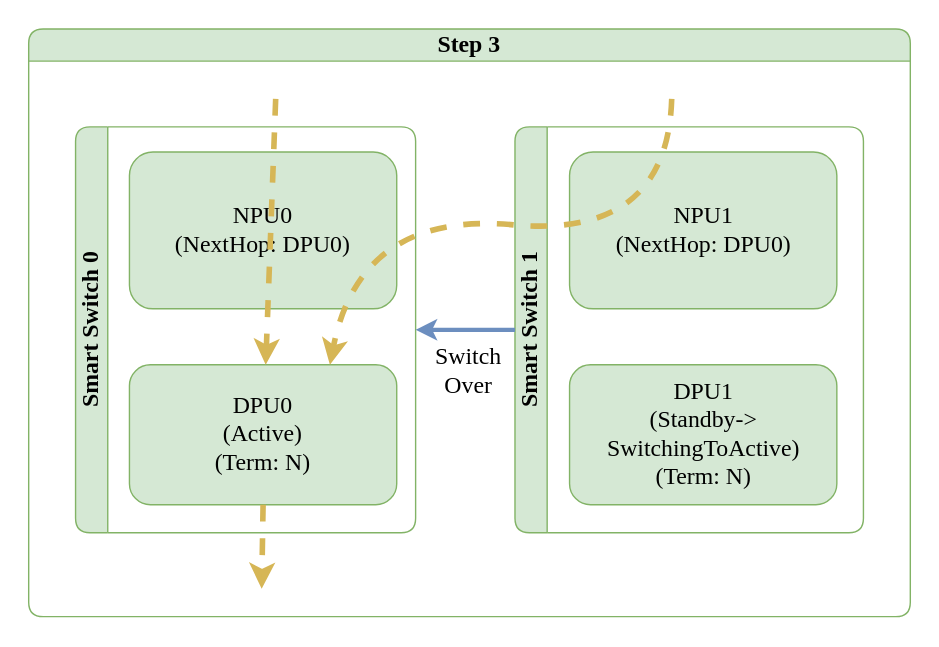
sonic-net/SONiC keeps this draw.io diagram as doc/smart-switch/high-availability/images/ha-planned-events-switchover-step-3.svg. Above is the earlier version. Source tidied: cells renumbered, new cells last; positions are measured from the earlier drawing's top-left corner, leaving out a move shared by most shapes.
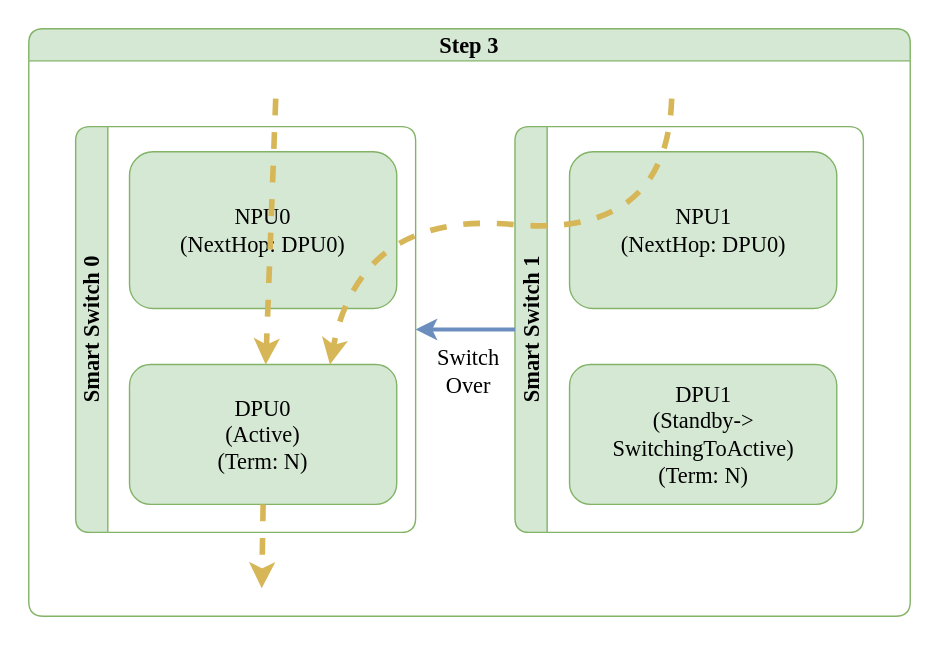
Later version of the same file.

Change to the diagram source:
```diff
@@ -2,33 +2,33 @@
   <root>
     <mxCell id="0" />
     <mxCell id="1" parent="0" />
-    <mxCell id="2" value="Step 3" style="swimlane;horizontal=1;whiteSpace=wrap;html=1;rounded=1;labelBorderColor=none;strokeColor=#82b366;fontFamily=Consolas;fontSize=17;startSize=23;fillColor=#d5e8d4;swimlaneFillColor=#FFFFFF;" parent="1" vertex="1">
+    <mxCell id="2" value="Step 3" style="swimlane;horizontal=1;whiteSpace=wrap;html=1;rounded=1;labelBorderColor=none;strokeColor=#82b366;fontFamily=Monaco;fontSize=16;startSize=23;fillColor=#d5e8d4;swimlaneFillColor=#FFFFFF;" parent="1" vertex="1">
       <mxGeometry width="630" height="420" as="geometry" />
     </mxCell>
-    <mxCell id="3" value="Smart Switch 0" style="swimlane;horizontal=0;whiteSpace=wrap;html=1;rounded=1;labelBorderColor=none;strokeColor=#82b366;fontFamily=Consolas;fontSize=17;startSize=23;fillColor=#d5e8d4;swimlaneFillColor=#FFFFFF;" parent="2" vertex="1">
+    <mxCell id="3" value="Smart Switch 0" style="swimlane;horizontal=0;whiteSpace=wrap;html=1;rounded=1;labelBorderColor=none;strokeColor=#82b366;fontFamily=Monaco;fontSize=16;startSize=23;fillColor=#d5e8d4;swimlaneFillColor=#FFFFFF;" parent="2" vertex="1">
       <mxGeometry x="33.5" y="70" width="243" height="290" as="geometry" />
     </mxCell>
-    <mxCell id="4" value="NPU0&lt;br style=&quot;font-size: 17px;&quot;&gt;(NextHop: DPU0)" style="rounded=1;whiteSpace=wrap;html=1;strokeColor=#82b366;fontFamily=Consolas;fontSize=17;startSize=23;fillColor=#d5e8d4;" parent="3" vertex="1">
+    <mxCell id="4" value="NPU0&lt;br style=&quot;font-size: 16px;&quot;&gt;(NextHop: DPU0)" style="rounded=1;whiteSpace=wrap;html=1;strokeColor=#82b366;fontFamily=Monaco;fontSize=16;startSize=23;fillColor=#d5e8d4;" parent="3" vertex="1">
       <mxGeometry x="38.5" y="18" width="191" height="112" as="geometry" />
     </mxCell>
-    <mxCell id="5" value="DPU0&lt;br style=&quot;border-color: var(--border-color); font-size: 17px;&quot;&gt;(Active)&lt;br style=&quot;border-color: var(--border-color); font-size: 17px;&quot;&gt;(Term: N)" style="rounded=1;whiteSpace=wrap;html=1;strokeColor=#82b366;fontFamily=Consolas;fontSize=17;startSize=23;fillColor=#d5e8d4;" parent="3" vertex="1">
+    <mxCell id="5" value="DPU0&lt;br style=&quot;border-color: var(--border-color); font-size: 16px;&quot;&gt;(Active)&lt;br style=&quot;border-color: var(--border-color); font-size: 16px;&quot;&gt;(Term: N)" style="rounded=1;whiteSpace=wrap;html=1;strokeColor=#82b366;fontFamily=Monaco;fontSize=16;startSize=23;fillColor=#d5e8d4;" parent="3" vertex="1">
       <mxGeometry x="38.5" y="170" width="191" height="100" as="geometry" />
     </mxCell>
-    <mxCell id="6" value="Smart Switch 1" style="swimlane;horizontal=0;whiteSpace=wrap;html=1;rounded=1;labelBorderColor=none;strokeColor=#82b366;fontFamily=Consolas;fontSize=17;startSize=23;fillColor=#d5e8d4;swimlaneFillColor=#FFFFFF;" parent="2" vertex="1">
+    <mxCell id="6" value="Smart Switch 1" style="swimlane;horizontal=0;whiteSpace=wrap;html=1;rounded=1;labelBorderColor=none;strokeColor=#82b366;fontFamily=Monaco;fontSize=16;startSize=23;fillColor=#d5e8d4;swimlaneFillColor=#FFFFFF;" parent="2" vertex="1">
       <mxGeometry x="347.5" y="70" width="249" height="290" as="geometry" />
     </mxCell>
-    <mxCell id="7" value="NPU1&lt;br style=&quot;font-size: 17px;&quot;&gt;(NextHop: DPU0)" style="rounded=1;whiteSpace=wrap;html=1;strokeColor=#82b366;fontFamily=Consolas;fontSize=17;startSize=23;fillColor=#d5e8d4;" parent="6" vertex="1">
+    <mxCell id="7" value="NPU1&lt;br style=&quot;font-size: 16px;&quot;&gt;(NextHop: DPU0)" style="rounded=1;whiteSpace=wrap;html=1;strokeColor=#82b366;fontFamily=Monaco;fontSize=16;startSize=23;fillColor=#d5e8d4;" parent="6" vertex="1">
       <mxGeometry x="39" y="18" width="191" height="112" as="geometry" />
     </mxCell>
-    <mxCell id="8" value="DPU1&lt;br style=&quot;border-color: var(--border-color); font-size: 17px;&quot;&gt;(Standby-&amp;gt;&lt;br style=&quot;font-size: 17px;&quot;&gt;SwitchingToActive)&lt;br style=&quot;border-color: var(--border-color); font-size: 17px;&quot;&gt;(Term: N)" style="rounded=1;whiteSpace=wrap;html=1;strokeColor=#82b366;fontFamily=Consolas;fontSize=17;startSize=23;fillColor=#d5e8d4;" parent="6" vertex="1">
+    <mxCell id="8" value="DPU1&lt;br style=&quot;border-color: var(--border-color); font-size: 16px;&quot;&gt;(Standby-&amp;gt;&lt;br style=&quot;font-size: 16px;&quot;&gt;SwitchingToActive)&lt;br style=&quot;border-color: var(--border-color); font-size: 16px;&quot;&gt;(Term: N)" style="rounded=1;whiteSpace=wrap;html=1;strokeColor=#82b366;fontFamily=Monaco;fontSize=16;startSize=23;fillColor=#d5e8d4;" parent="6" vertex="1">
       <mxGeometry x="39" y="170" width="191" height="100" as="geometry" />
     </mxCell>
-    <mxCell id="9" style="curved=1;endArrow=classic;html=1;rounded=0;fillColor=#fff2cc;strokeColor=#d6b656;strokeWidth=4;dashed=1;endFill=1;fontFamily=Consolas;fontSize=17;" parent="2" edge="1" target="5">
+    <mxCell id="9" style="curved=1;endArrow=classic;html=1;rounded=0;fillColor=#fff2cc;strokeColor=#d6b656;strokeWidth=4;dashed=1;endFill=1;fontFamily=Monaco;fontSize=16;" parent="2" edge="1" target="5">
       <mxGeometry relative="1" as="geometry">
         <mxPoint x="176.5" y="50" as="sourcePoint" />
       </mxGeometry>
     </mxCell>
-    <mxCell id="10" style="curved=1;endArrow=classic;html=1;rounded=0;entryX=0.75;entryY=0;entryDx=0;entryDy=0;fillColor=#fff2cc;strokeColor=#d6b656;strokeWidth=4;dashed=1;endFill=1;fontFamily=Consolas;fontSize=17;" parent="2" edge="1" target="5">
+    <mxCell id="10" style="curved=1;endArrow=classic;html=1;rounded=0;entryX=0.75;entryY=0;entryDx=0;entryDy=0;fillColor=#fff2cc;strokeColor=#d6b656;strokeWidth=4;dashed=1;endFill=1;fontFamily=Monaco;fontSize=16;" parent="2" edge="1" target="5">
       <mxGeometry relative="1" as="geometry">
         <mxPoint x="459.5" y="50" as="sourcePoint" />
         <Array as="points">
@@ -37,12 +37,12 @@
         </Array>
       </mxGeometry>
     </mxCell>
-    <mxCell id="11" style="endArrow=classic;html=1;rounded=0;fillColor=#fff2cc;strokeColor=#d6b656;strokeWidth=4;dashed=1;endFill=1;exitX=0.5;exitY=1;exitDx=0;exitDy=0;fontFamily=Consolas;fontSize=17;" parent="2" edge="1" source="5">
+    <mxCell id="11" style="endArrow=classic;html=1;rounded=0;fillColor=#fff2cc;strokeColor=#d6b656;strokeWidth=4;dashed=1;endFill=1;exitX=0.5;exitY=1;exitDx=0;exitDy=0;fontFamily=Monaco;fontSize=16;" parent="2" edge="1" source="5">
       <mxGeometry relative="1" as="geometry">
         <mxPoint x="166.5" y="400" as="targetPoint" />
       </mxGeometry>
     </mxCell>
-    <mxCell id="12" value="Switch&lt;br style=&quot;font-size: 17px;&quot;&gt;Over" style="endArrow=none;startArrow=classic;html=1;rounded=0;exitX=1;exitY=0.5;exitDx=0;exitDy=0;entryX=0;entryY=0.5;entryDx=0;entryDy=0;fillColor=#dae8fc;strokeColor=#6c8ebf;strokeWidth=3;fontFamily=Consolas;fontSize=17;startFill=1;endFill=0;labelBackgroundColor=none;" parent="2" edge="1" source="3" target="6">
+    <mxCell id="12" value="Switch&lt;br style=&quot;font-size: 16px;&quot;&gt;Over" style="endArrow=none;startArrow=classic;html=1;rounded=0;exitX=1;exitY=0.5;exitDx=0;exitDy=0;entryX=0;entryY=0.5;entryDx=0;entryDy=0;fillColor=#dae8fc;strokeColor=#6c8ebf;strokeWidth=3;fontFamily=Monaco;fontSize=16;startFill=1;endFill=0;labelBackgroundColor=none;" parent="2" edge="1" source="3" target="6">
       <mxGeometry x="0.04" y="-30" relative="1" as="geometry" />
     </mxCell>
   </root>
```
